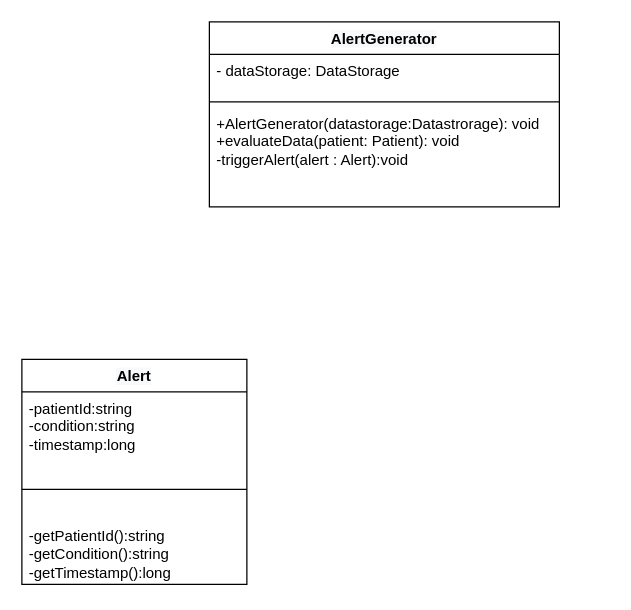
Earlier version of the draw.io diagram page "Page-1" (1 of 2) of Untitled Diagram.drawio (heliumisbushti/signal_project). Source tidied: cells renumbered, new cells numbered last; positions are measured from the earlier drawing's top-left corner, leaving out a move shared by most shapes. Both pictures are drawn from the tidied source at 125%, with x=0, y=0 at pixel (21, 21).
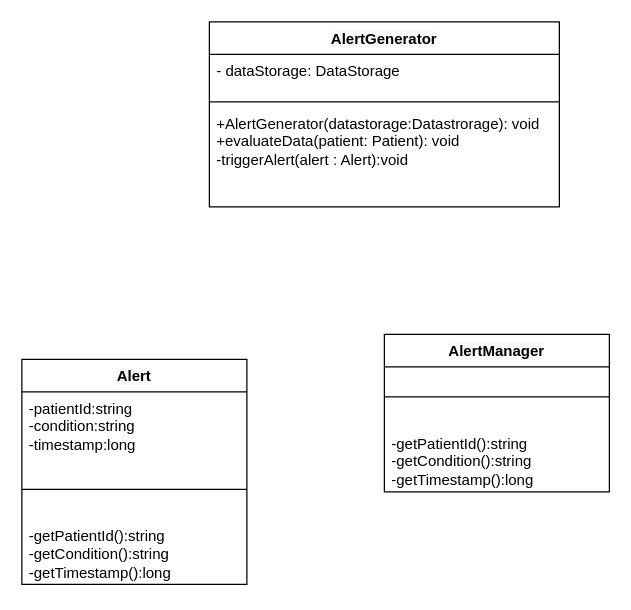
The same diagram, later.

Diff of the diagram source:
```diff
@@
 <mxGraphModel>
   <root>
     <mxCell id="0" />
     <mxCell id="1" parent="0" />
     <mxCell id="2" value="&lt;span style=&quot;color: rgb(0, 0, 0); font-family: Helvetica, &amp;quot;VP Default&amp;quot;; text-wrap-mode: nowrap; background-color: rgb(248, 249, 250);&quot;&gt;AlertGenerator&lt;/span&gt;" style="swimlane;fontStyle=1;align=center;verticalAlign=top;horizontal=1;startSize=26;whiteSpace=wrap;html=1;labelBackgroundColor=none;" parent="1" vertex="1">
       <mxGeometry x="150" width="280" height="148" as="geometry" />
     </mxCell>
     <mxCell id="3" value="&lt;div&gt;- dataStorage: DataStorage&lt;/div&gt;" style="text;strokeColor=none;fillColor=none;align=left;verticalAlign=top;spacingLeft=4;spacingRight=4;overflow=hidden;whiteSpace=wrap;html=1;labelBackgroundColor=none;" parent="2" vertex="1">
       <mxGeometry y="26" width="280" height="34" as="geometry" />
     </mxCell>
     <mxCell id="4" style="line;strokeWidth=1;fillColor=none;align=left;verticalAlign=middle;spacingTop=-1;spacingLeft=3;spacingRight=3;labelPosition=right;labelBackgroundColor=none;" parent="2" vertex="1">
       <mxGeometry y="60" width="280" height="8" as="geometry" />
     </mxCell>
     <mxCell id="5" value="&lt;div&gt;+AlertGenerator(datastorage:Datastrorage): void&lt;/div&gt;&lt;div&gt;+evaluateData(patient: Patient): void&lt;/div&gt;&lt;div&gt;-triggerAlert(alert : Alert):void&lt;/div&gt;" style="text;strokeColor=none;fillColor=none;align=left;verticalAlign=top;spacingLeft=4;spacingRight=4;overflow=hidden;whiteSpace=wrap;html=1;labelBackgroundColor=none;" parent="2" vertex="1">
       <mxGeometry y="68" width="280" height="80" as="geometry" />
     </mxCell>
     <mxCell id="6" value="&lt;span style=&quot;color: rgb(0, 0, 0); font-family: Helvetica, &amp;quot;VP Default&amp;quot;; text-wrap-mode: nowrap; background-color: rgb(248, 249, 250);&quot;&gt;Alert&lt;/span&gt;" style="swimlane;fontStyle=1;align=center;verticalAlign=top;horizontal=1;startSize=26;whiteSpace=wrap;html=1;labelBackgroundColor=none;" parent="1" vertex="1">
       <mxGeometry y="270" width="180" height="180" as="geometry" />
     </mxCell>
     <mxCell id="7" value="&lt;div&gt;-patientId:string&lt;/div&gt;&lt;div&gt;-condition:string&amp;nbsp;&lt;/div&gt;&lt;div&gt;-timestamp:long&lt;/div&gt;" style="text;strokeColor=none;fillColor=none;align=left;verticalAlign=top;spacingLeft=4;spacingRight=4;overflow=hidden;whiteSpace=wrap;html=1;labelBackgroundColor=none;" parent="6" vertex="1">
       <mxGeometry y="26" width="180" height="54" as="geometry" />
     </mxCell>
     <mxCell id="8" style="line;strokeWidth=1;fillColor=none;align=left;verticalAlign=middle;spacingTop=-1;spacingLeft=3;spacingRight=3;labelPosition=right;labelBackgroundColor=none;" parent="6" vertex="1">
       <mxGeometry y="80" width="180" height="48" as="geometry" />
     </mxCell>
     <mxCell id="9" value="&lt;div&gt;-getPatientId():string&lt;/div&gt;&lt;div&gt;-getCondition():string&amp;nbsp;&lt;/div&gt;&lt;div&gt;-getTimestamp():long&lt;/div&gt;" style="text;strokeColor=none;fillColor=none;align=left;verticalAlign=top;spacingLeft=4;spacingRight=4;overflow=hidden;whiteSpace=wrap;html=1;labelBackgroundColor=none;" parent="6" vertex="1">
       <mxGeometry y="128" width="180" height="52" as="geometry" />
     </mxCell>
+    <mxCell id="10" value="&lt;span style=&quot;color: rgb(0, 0, 0); font-family: Helvetica, &amp;quot;VP Default&amp;quot;; text-wrap-mode: nowrap; background-color: rgb(248, 249, 250);&quot;&gt;AlertManager&lt;/span&gt;" style="swimlane;fontStyle=1;align=center;verticalAlign=top;horizontal=1;startSize=26;whiteSpace=wrap;html=1;labelBackgroundColor=none;" parent="1" vertex="1">
+      <mxGeometry x="290" y="250" width="180" height="126" as="geometry" />
+    </mxCell>
+    <mxCell id="11" style="line;strokeWidth=1;fillColor=none;align=left;verticalAlign=middle;spacingTop=-1;spacingLeft=3;spacingRight=3;labelPosition=right;labelBackgroundColor=none;" parent="10" vertex="1">
+      <mxGeometry y="26" width="180" height="48" as="geometry" />
+    </mxCell>
+    <mxCell id="12" value="&lt;div&gt;-getPatientId():string&lt;/div&gt;&lt;div&gt;-getCondition():string&amp;nbsp;&lt;/div&gt;&lt;div&gt;-getTimestamp():long&lt;/div&gt;" style="text;strokeColor=none;fillColor=none;align=left;verticalAlign=top;spacingLeft=4;spacingRight=4;overflow=hidden;whiteSpace=wrap;html=1;labelBackgroundColor=none;" parent="10" vertex="1">
+      <mxGeometry y="74" width="180" height="52" as="geometry" />
+    </mxCell>
   </root>
 </mxGraphModel>
```
